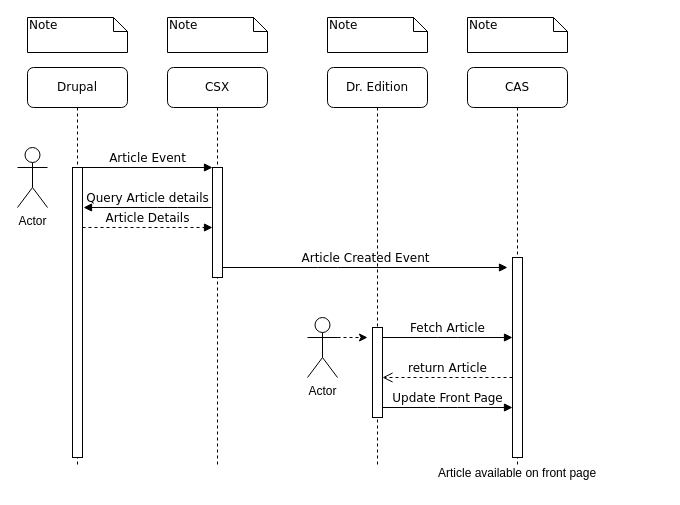
The draw.io diagram draw-io/CAS Dataflow.drawio in drdkjtop/arkitektur, before the edit. Source tidied: cells renumbered, new cells numbered last; positions are measured from the earlier drawing's top-left corner, leaving out a move shared by most shapes. Both pictures are drawn from the tidied source at 100%, with x=0, y=0 at pixel (17, 17).
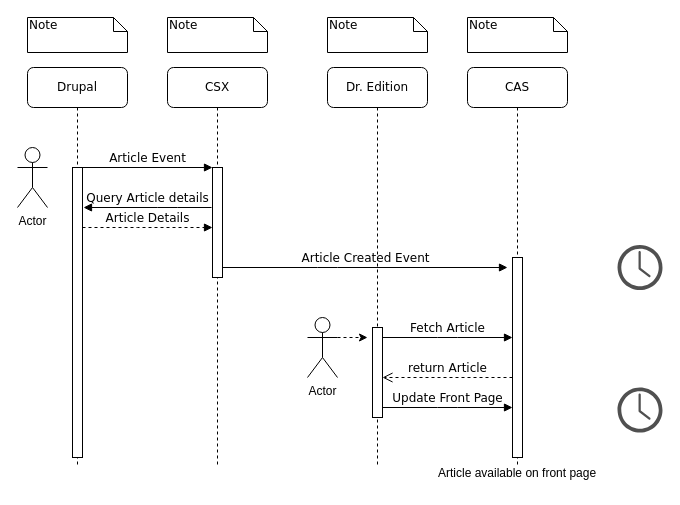
Above is the later version.

Change to the diagram source:
```diff
@@
+    <mxCell id="25" style="sketch=0;shadow=0;dashed=0;html=1;strokeColor=none;fillColor=#505050;labelPosition=center;verticalLabelPosition=bottom;verticalAlign=top;align=center;shape=mxgraph.office.concepts.clock;" parent="1" vertex="1">
+      <mxGeometry x="600" y="227.5" width="45" height="45" as="geometry" />
+    </mxCell>
+    <mxCell id="26" style="sketch=0;shadow=0;dashed=0;html=1;strokeColor=none;fillColor=#505050;labelPosition=center;verticalLabelPosition=bottom;verticalAlign=top;align=center;shape=mxgraph.office.concepts.clock;" parent="1" vertex="1">
+      <mxGeometry x="600" y="370" width="45" height="45" as="geometry" />
+    </mxCell>
```
